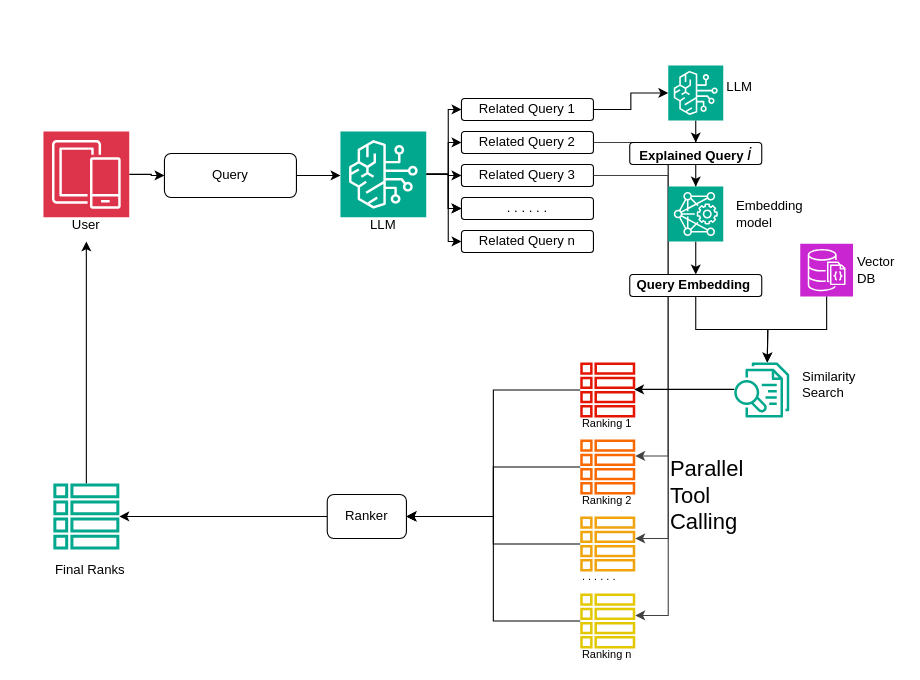
This is Untitled Diagram.drawio from piyushk6626/YCAtlas, a draw.io file, before an edit. Source tidied: cells renumbered, new cells numbered last; positions are measured from the earlier drawing's top-left corner, leaving out a move shared by most shapes. Both pictures are drawn from the tidied source at 110%, with x=0, y=0 at pixel (43, 65).
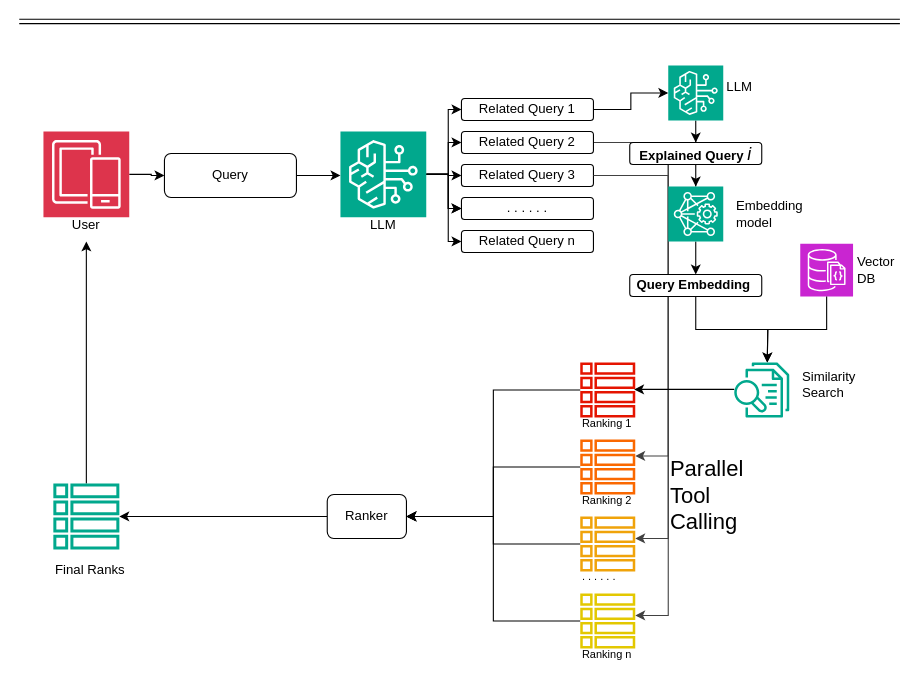
The same page after the edit.

The edit, as a diff of the source:
```diff
@@
+    <mxCell id="58" style="shape=link;html=1;rounded=0;" parent="1" edge="1">
+      <mxGeometry relative="1" as="geometry">
+        <mxPoint x="-22" y="-40" as="sourcePoint" />
+        <mxPoint x="778.6" y="-40" as="targetPoint" />
+      </mxGeometry>
+    </mxCell>
```
